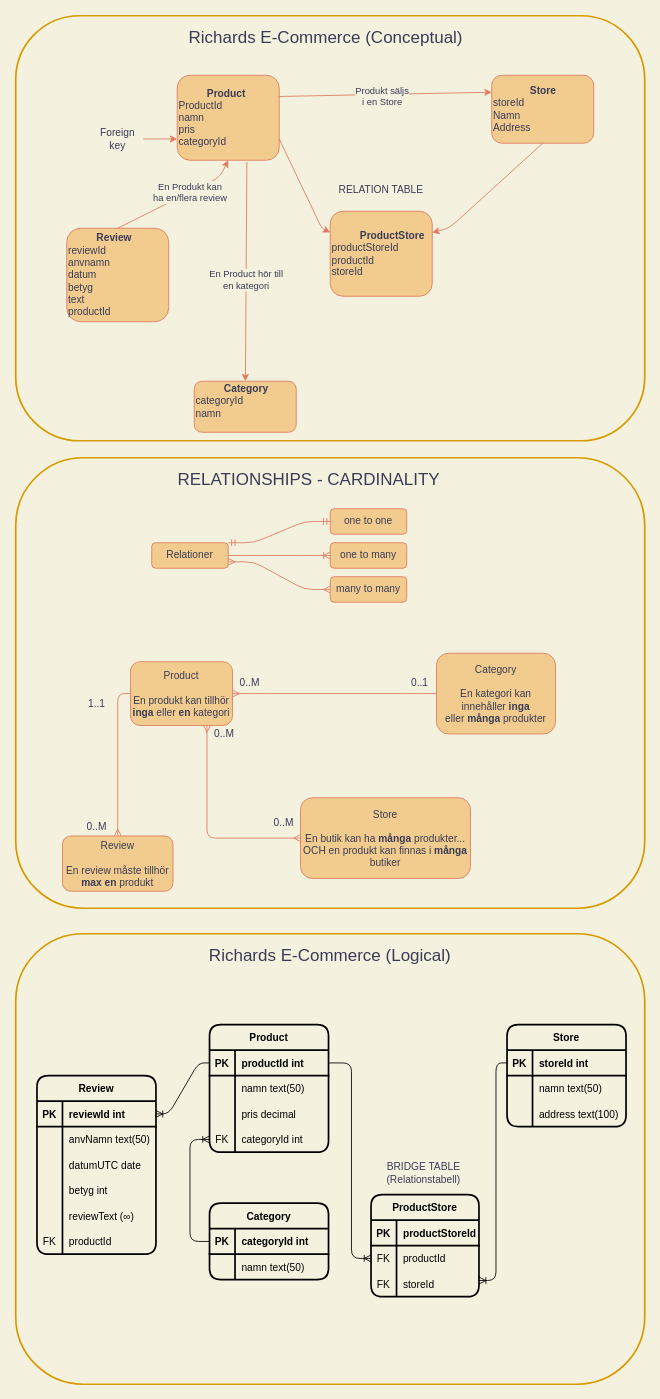
Above: 11 E-Commerce DB Modelling Example.drawio in RichardChalk/Dag04DBModelling (draw.io), before the change. Source tidied: cells renumbered, new cells numbered last; positions are measured from the earlier drawing's top-left corner, leaving out a move shared by most shapes. Both pictures are drawn from the tidied source at 85%, with x=0, y=0 at pixel (15, 15).
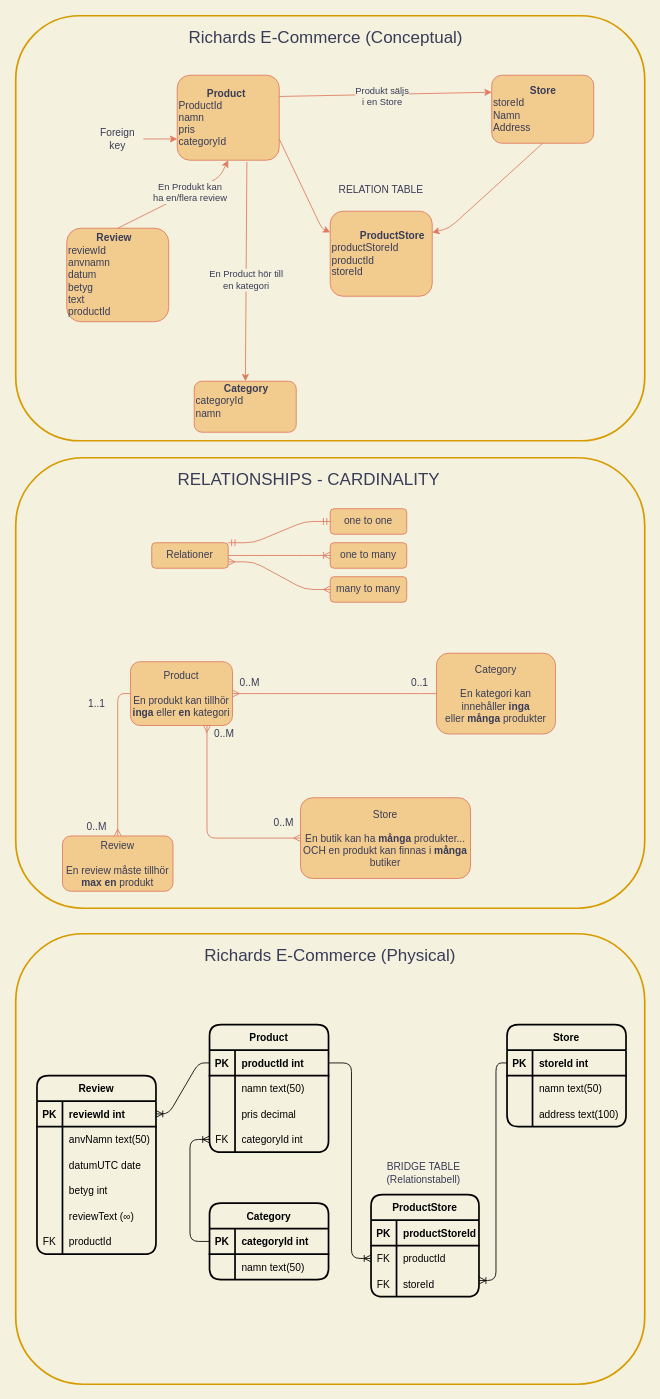
Above is the later version.

Change to the diagram source:
```diff
@@
-    <mxCell id="44" value="&lt;font style=&quot;font-size: 20px;&quot;&gt;Richards E-Commerce (Logical)&lt;/font&gt;" style="text;html=1;strokeColor=none;fillColor=none;align=center;verticalAlign=middle;whiteSpace=wrap;rounded=1;sketch=0;fontColor=#393C56;" parent="1" vertex="1">
+    <mxCell id="44" value="&lt;font style=&quot;font-size: 20px;&quot;&gt;Richards E-Commerce (Physical)&lt;/font&gt;" style="text;html=1;strokeColor=none;fillColor=none;align=center;verticalAlign=middle;whiteSpace=wrap;rounded=1;sketch=0;fontColor=#393C56;" parent="1" vertex="1">
       <mxGeometry x="185" y="1080" width="370" height="50" as="geometry" />
     </mxCell>
```
